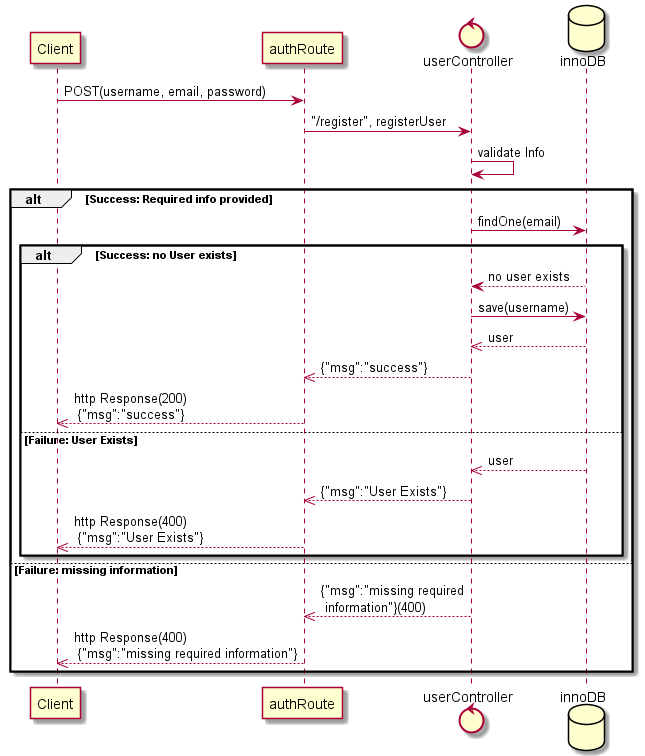
Above: nanoeconomy-dataset-collector/Diagrams/AuthDiags/AuthRegister Api.png in Spenzy/NEUF-NanoEconomicsUnderFear (PlantUML), before the change.
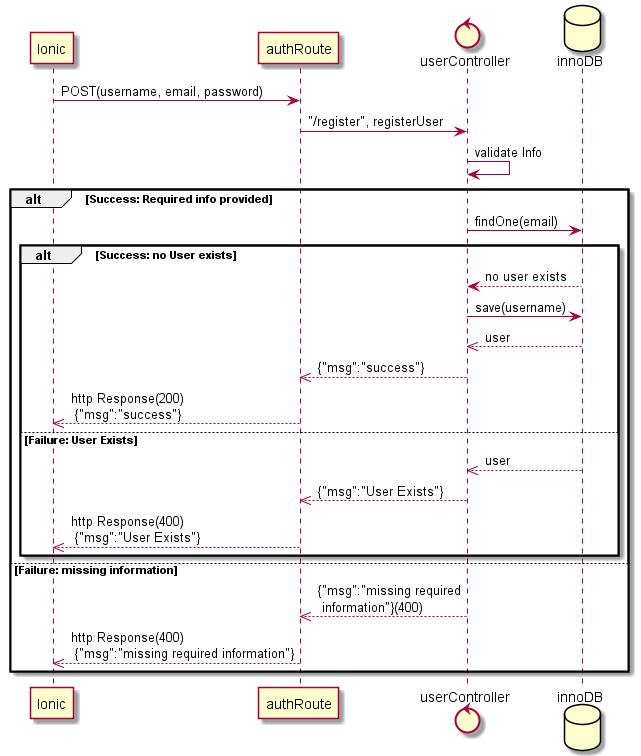
After the commit.

The edit, as a diff of the source:
```diff
@@ -1,11 +1,11 @@
 @startuml
 
-participant Client
+participant Ionic
 participant authRoute as auth
 control userController as userC
 database innoDB
 
-Client -> auth: POST(username, email, password)
+Ionic -> auth: POST(username, email, password)
 auth -> userC: "/register", registerUser
 userC -> userC: validate Info
 alt Success: Required info provided
@@ -15,14 +15,14 @@
     userC -> innoDB: save(username)
     userC <<-- innoDB: user
         auth <<-- userC:{"msg":"success"}
-        Client <<-- auth: http Response(200)\n {"msg":"success"}
+        Ionic <<-- auth: http Response(200)\n {"msg":"success"}
   else Failure: User Exists
     userC <<-- innoDB:user
     auth <<-- userC:{"msg":"User Exists"}
-    Client <<-- auth: http Response(400)\n {"msg":"User Exists"}
+    Ionic <<-- auth: http Response(400)\n {"msg":"User Exists"}
     end
 else Failure: missing information
   auth <<-- userC:{"msg":"missing required\n information"}(400)
-  Client <<-- auth: http Response(400)\n {"msg":"missing required information"}
+  Ionic <<-- auth: http Response(400)\n {"msg":"missing required information"}
 end
 @enduml
```
